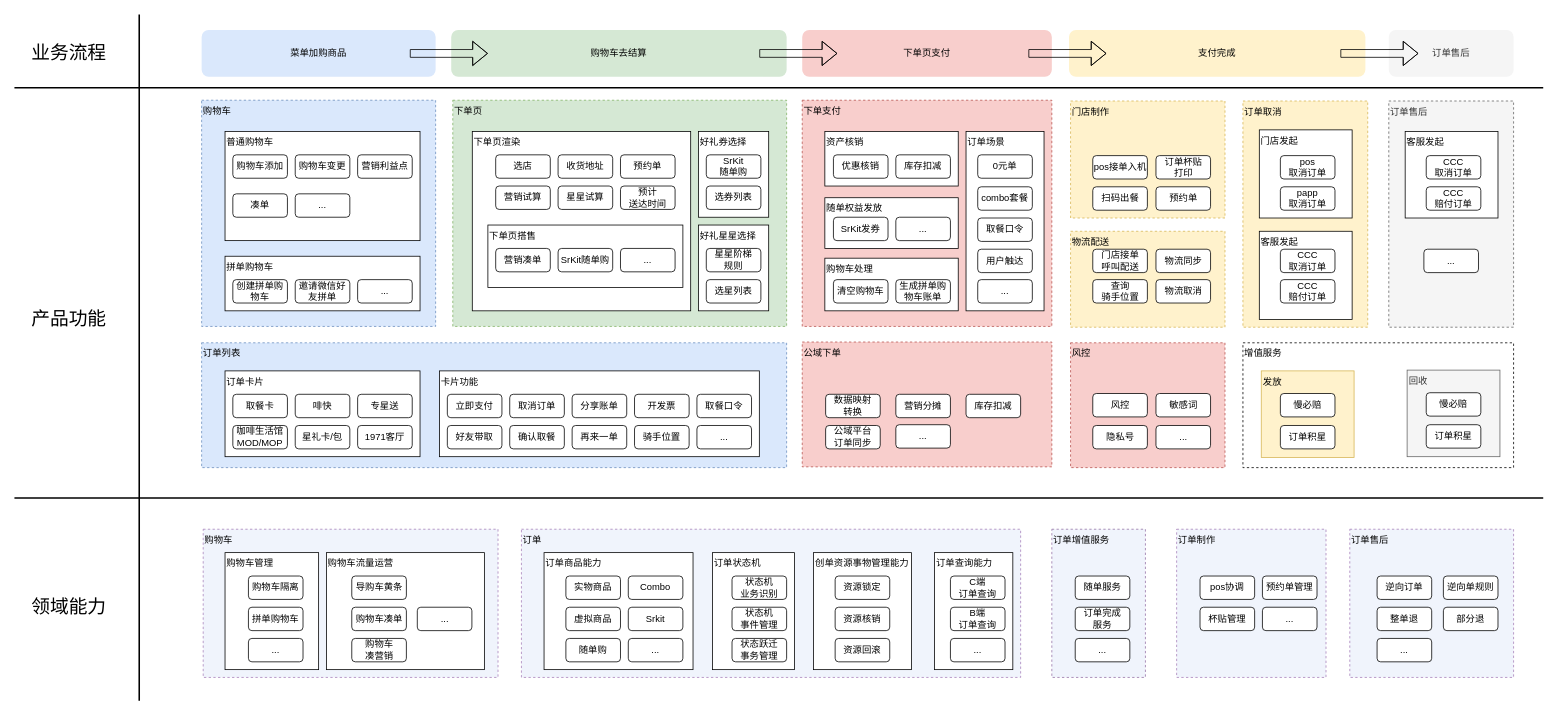
Earlier version of the draw.io diagram page "业务架构" (1 of 3) of OMS2.0业务架构.drawio (alexzhang2015/PC2.0). Source tidied: cells renumbered, new cells numbered last; positions are measured from the earlier drawing's top-left corner, leaving out a move shared by most shapes. Both pictures are drawn from the tidied source at 78%, with x=0, y=0 at pixel (14, 14).
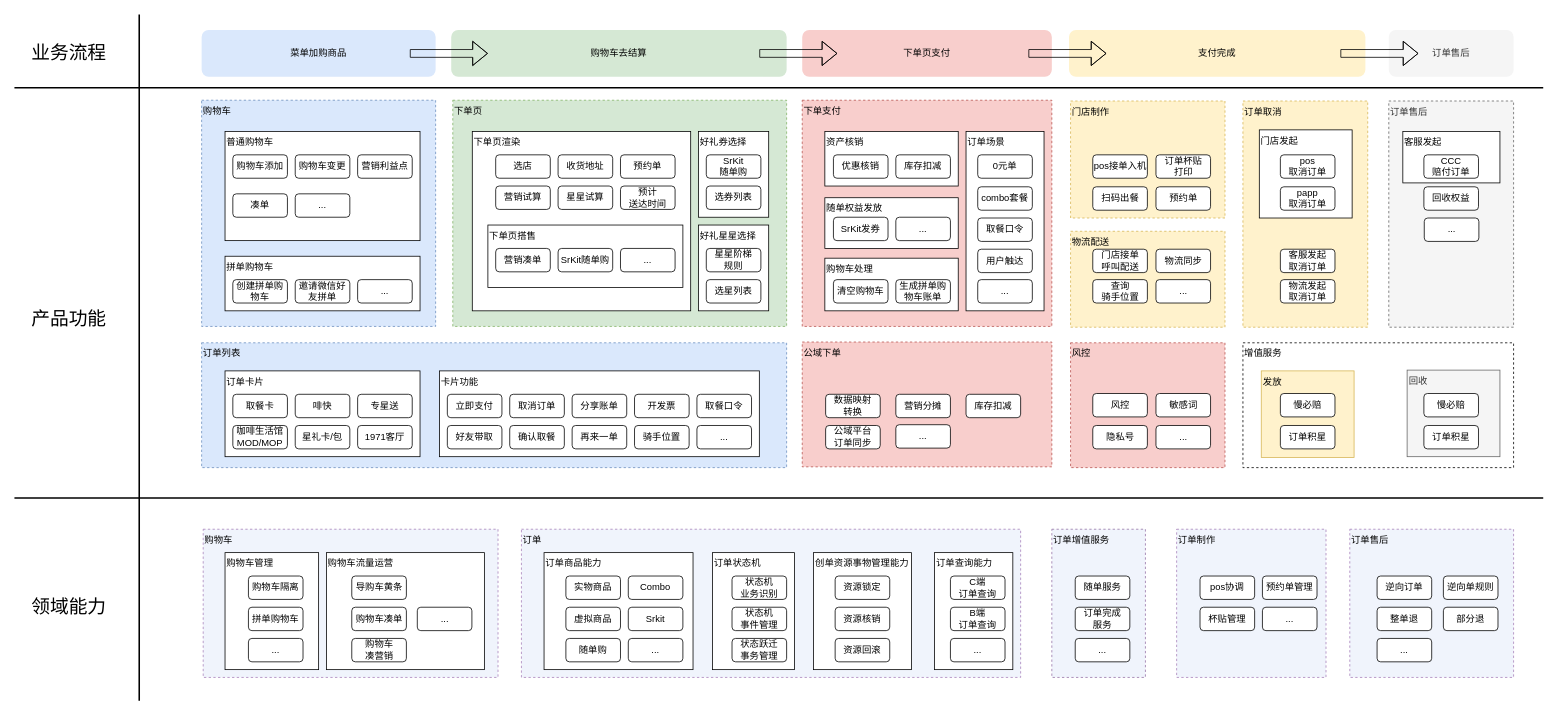
The same page after the edit.

The edit, as a diff of the source:
```diff
@@
-    <mxCell id="22" value="客服发起" style="rounded=0;whiteSpace=wrap;html=1;verticalAlign=top;labelPosition=center;verticalLabelPosition=middle;align=left;spacingRight=0;shadow=0;glass=0;horizontal=1;" parent="1" vertex="1">
-      <mxGeometry x="1596" y="278" width="119" height="113" as="geometry" />
-    </mxCell>
@@
     <mxCell id="67" value="pos&lt;div&gt;取消订单&lt;/div&gt;" style="rounded=1;whiteSpace=wrap;html=1;" parent="1" vertex="1">
-      <mxGeometry x="1623" y="181" width="70" height="30" as="geometry" />
+      <mxGeometry x="1623" y="180" width="70" height="30" as="geometry" />
     </mxCell>
@@
-    <mxCell id="69" value="CCC&lt;div&gt;取消订单&lt;/div&gt;" style="rounded=1;whiteSpace=wrap;html=1;" parent="1" vertex="1">
+    <mxCell id="69" value="客服发起&lt;div&gt;取消订单&lt;/div&gt;" style="rounded=1;whiteSpace=wrap;html=1;" parent="1" vertex="1">
       <mxGeometry x="1623" y="301" width="70" height="30" as="geometry" />
     </mxCell>
-    <mxCell id="70" value="CCC&lt;div&gt;赔付订单&lt;/div&gt;" style="rounded=1;whiteSpace=wrap;html=1;" parent="1" vertex="1">
-      <mxGeometry x="1623" y="340" width="70" height="30" as="geometry" />
-    </mxCell>
@@
     <mxCell id="73" value="pos接单入机" style="rounded=1;whiteSpace=wrap;html=1;" parent="1" vertex="1">
-      <mxGeometry x="1382.5" y="181" width="70" height="30" as="geometry" />
+      <mxGeometry x="1382.5" y="180" width="70" height="30" as="geometry" />
     </mxCell>
     <mxCell id="74" value="订单&lt;span style=&quot;background-color: initial;&quot;&gt;杯贴&lt;/span&gt;&lt;div&gt;&lt;span style=&quot;background-color: initial;&quot;&gt;打印&lt;/span&gt;&lt;/div&gt;" style="rounded=1;whiteSpace=wrap;html=1;" parent="1" vertex="1">
-      <mxGeometry x="1463.5" y="181" width="70" height="30" as="geometry" />
+      <mxGeometry x="1463.5" y="180" width="70" height="30" as="geometry" />
     </mxCell>
@@
     <mxCell id="104" value="客服发起" style="rounded=0;whiteSpace=wrap;html=1;verticalAlign=top;labelPosition=center;verticalLabelPosition=middle;align=left;spacingRight=0;shadow=0;glass=0;horizontal=1;" parent="1" vertex="1">
-      <mxGeometry x="1783" y="150" width="119" height="111" as="geometry" />
+      <mxGeometry x="1780" y="150" width="124.5" height="66" as="geometry" />
     </mxCell>
-    <mxCell id="105" value="CCC&lt;div&gt;取消订单&lt;/div&gt;" style="rounded=1;whiteSpace=wrap;html=1;" parent="1" vertex="1">
-      <mxGeometry x="1810" y="181" width="70" height="30" as="geometry" />
-    </mxCell>
     <mxCell id="106" value="CCC&lt;div&gt;赔付订单&lt;/div&gt;" style="rounded=1;whiteSpace=wrap;html=1;" parent="1" vertex="1">
-      <mxGeometry x="1810" y="221" width="70" height="30" as="geometry" />
+      <mxGeometry x="1807" y="180" width="70" height="30" as="geometry" />
     </mxCell>
-    <mxCell id="107" value="..." style="rounded=1;whiteSpace=wrap;html=1;" parent="1" vertex="1">
-      <mxGeometry x="1807" y="301" width="70" height="30" as="geometry" />
+    <mxCell id="107" value="回收权益" style="rounded=1;whiteSpace=wrap;html=1;" parent="1" vertex="1">
+      <mxGeometry x="1807" y="221" width="70" height="30" as="geometry" />
     </mxCell>
@@
     <mxCell id="110" value="慢必赔" style="rounded=1;whiteSpace=wrap;html=1;" parent="1" vertex="1">
-      <mxGeometry x="1810" y="485" width="70" height="30" as="geometry" />
+      <mxGeometry x="1807" y="486" width="70" height="30" as="geometry" />
     </mxCell>
     <mxCell id="111" value="订单积星" style="rounded=1;whiteSpace=wrap;html=1;" parent="1" vertex="1">
-      <mxGeometry x="1810" y="526" width="70" height="30" as="geometry" />
+      <mxGeometry x="1807" y="527" width="70" height="30" as="geometry" />
     </mxCell>
@@
-    <mxCell id="113" value="物流取消" style="rounded=1;whiteSpace=wrap;html=1;" parent="1" vertex="1">
+    <mxCell id="113" value="..." style="rounded=1;whiteSpace=wrap;html=1;" parent="1" vertex="1">
       <mxGeometry x="1463.5" y="340" width="70" height="30" as="geometry" />
     </mxCell>
@@
+    <mxCell id="166" value="物流发起&lt;div&gt;取消订单&lt;/div&gt;" style="rounded=1;whiteSpace=wrap;html=1;" parent="1" vertex="1">
+      <mxGeometry x="1623" y="340" width="70" height="30" as="geometry" />
+    </mxCell>
+    <mxCell id="167" value="..." style="rounded=1;whiteSpace=wrap;html=1;" parent="1" vertex="1">
+      <mxGeometry x="1807.5" y="261" width="70" height="30" as="geometry" />
+    </mxCell>
```
